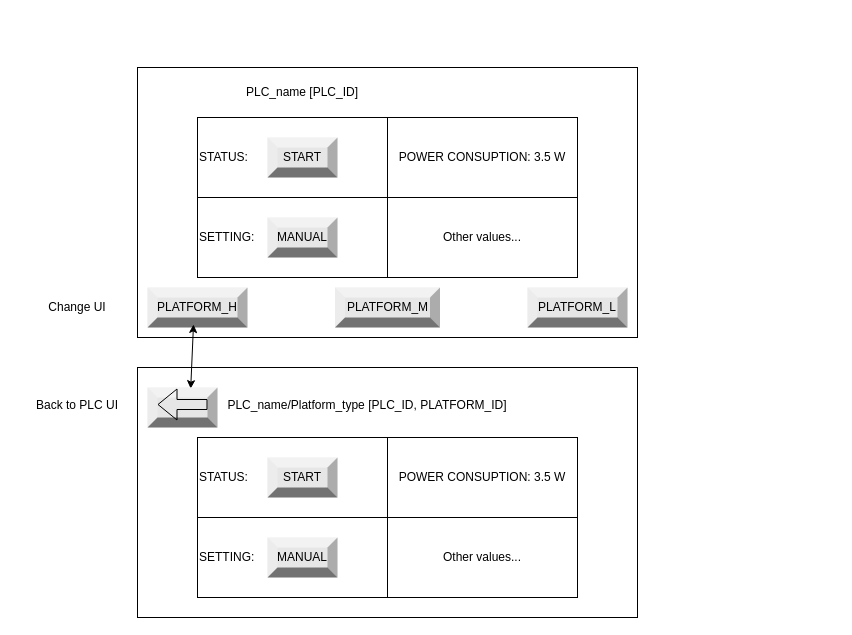
Before: DrawioDiagrams/plcHMI.drawio in IoT4Env/UrbanMining, a draw.io diagram. Source tidied: cells renumbered, new cells numbered last; positions are measured from the earlier drawing's top-left corner, leaving out a move shared by most shapes. Both pictures are drawn from the tidied source at 100%, with x=0, y=0 at pixel (32, 67). Pictures stored in the file or linked from it are replaced by grey dashed boxes.
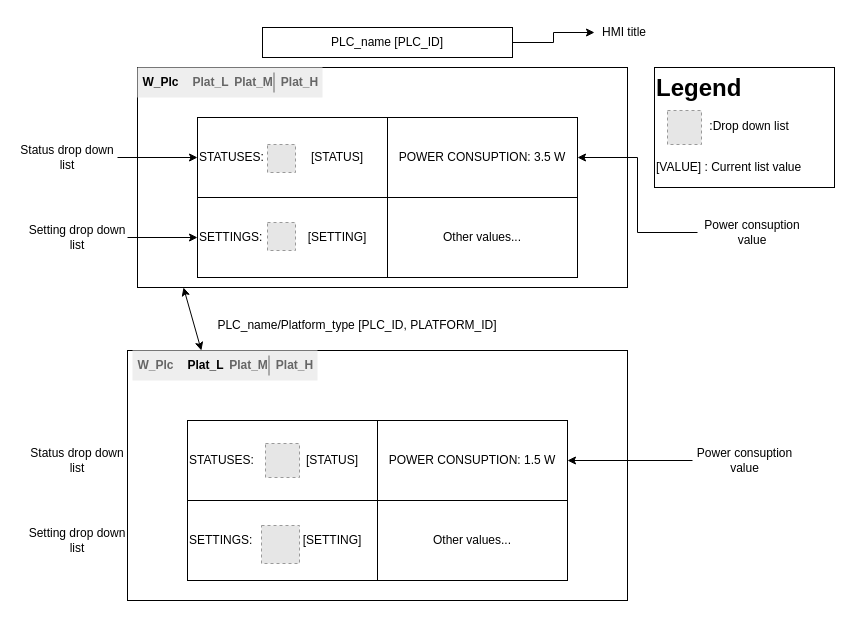
The same diagram, later.

The change refers to these unchanged cells:
```xml
<mxCell id="6" value="POWER CONSUPTION: 3.5 W" style="rounded=0;whiteSpace=wrap;html=1;" parent="1" vertex="1">
  <mxGeometry x="355" y="50" width="190" height="80" as="geometry" />
</mxCell>
```

Change to the diagram source:
```diff
@@
     <mxCell id="2" style="rounded=0;whiteSpace=wrap;html=1;" parent="1" vertex="1">
-      <mxGeometry x="105" y="300" width="500" height="250" as="geometry" />
+      <mxGeometry x="95" y="283" width="500" height="250" as="geometry" />
     </mxCell>
     <mxCell id="3" style="rounded=0;whiteSpace=wrap;html=1;" parent="1" vertex="1">
-      <mxGeometry x="105" width="500" height="270" as="geometry" />
+      <mxGeometry x="105" width="490" height="220" as="geometry" />
     </mxCell>
+    <mxCell id="26" style="edgeStyle=orthogonalEdgeStyle;rounded=0;jettySize=auto;html=1;entryX=0;entryY=0.5;entryDx=0;entryDy=0;" parent="1" edge="1" source="4" target="49">
+      <mxGeometry relative="1" as="geometry" />
+    </mxCell>
-    <mxCell id="4" value="PLC_name [PLC_ID]" style="text;html=1;align=center;verticalAlign=middle;whiteSpace=wrap;rounded=0;" parent="1" vertex="1">
-      <mxGeometry x="145" y="10" width="250" height="30" as="geometry" />
+    <mxCell id="4" value="PLC_name [PLC_ID]" style="text;html=1;align=center;verticalAlign=middle;whiteSpace=wrap;rounded=0;strokeColor=default;" parent="1" vertex="1">
+      <mxGeometry x="230" y="-40" width="250" height="30" as="geometry" />
     </mxCell>
-    <mxCell id="5" value="&lt;div align=&quot;left&quot;&gt;STATUS:&lt;/div&gt;" style="rounded=0;whiteSpace=wrap;html=1;align=left;" parent="1" vertex="1">
+    <mxCell id="5" value="&lt;div align=&quot;left&quot;&gt;STATUSES:&lt;/div&gt;" style="rounded=0;whiteSpace=wrap;html=1;align=left;" parent="1" vertex="1">
       <mxGeometry x="165" y="50" width="190" height="80" as="geometry" />
     </mxCell>
@@
-    <mxCell id="7" value="&lt;div align=&quot;left&quot;&gt;SETTING:&lt;br&gt;&lt;/div&gt;" style="rounded=0;whiteSpace=wrap;html=1;align=left;" parent="1" vertex="1">
+    <mxCell id="7" value="&lt;div align=&quot;left&quot;&gt;SETTINGS:&lt;br&gt;&lt;/div&gt;" style="rounded=0;whiteSpace=wrap;html=1;align=left;" parent="1" vertex="1">
       <mxGeometry x="165" y="130" width="190" height="80" as="geometry" />
     </mxCell>
@@
-    <mxCell id="9" value="&lt;div&gt;START&lt;/div&gt;" style="labelPosition=center;verticalLabelPosition=middle;align=center;html=1;shape=mxgraph.basic.shaded_button;dx=10;fillColor=#E6E6E6;strokeColor=none;whiteSpace=wrap;" parent="1" vertex="1">
-      <mxGeometry x="235" y="70" width="70" height="40" as="geometry" />
-    </mxCell>
-    <mxCell id="10" value="MANUAL" style="labelPosition=center;verticalLabelPosition=middle;align=center;html=1;shape=mxgraph.basic.shaded_button;dx=10;fillColor=#E6E6E6;strokeColor=none;whiteSpace=wrap;" parent="1" vertex="1">
-      <mxGeometry x="235" y="150" width="70" height="40" as="geometry" />
-    </mxCell>
-    <mxCell id="11" value="PLATFORM_H" style="labelPosition=center;verticalLabelPosition=middle;align=center;html=1;shape=mxgraph.basic.shaded_button;dx=10;fillColor=#E6E6E6;strokeColor=none;whiteSpace=wrap;" parent="1" vertex="1">
-      <mxGeometry x="115" y="220" width="100" height="40" as="geometry" />
-    </mxCell>
-    <mxCell id="12" value="PLATFORM_L" style="labelPosition=center;verticalLabelPosition=middle;align=center;html=1;shape=mxgraph.basic.shaded_button;dx=10;fillColor=#E6E6E6;strokeColor=none;whiteSpace=wrap;" parent="1" vertex="1">
-      <mxGeometry x="495" y="220" width="100" height="40" as="geometry" />
-    </mxCell>
-    <mxCell id="13" value="PLATFORM_M" style="labelPosition=center;verticalLabelPosition=middle;align=center;html=1;shape=mxgraph.basic.shaded_button;dx=10;fillColor=#E6E6E6;strokeColor=none;whiteSpace=wrap;" parent="1" vertex="1">
-      <mxGeometry x="302.5" y="220" width="105" height="40" as="geometry" />
-    </mxCell>
-    <mxCell id="14" style="endArrow=classic;startArrow=classic;html=1;rounded=0;entryX=0.46;entryY=0.925;entryDx=0;entryDy=0;entryPerimeter=0;exitX=0.617;exitY=0.029;exitDx=0;exitDy=0;exitPerimeter=0;" parent="1" edge="1" source="22" target="11">
-      <mxGeometry relative="1" as="geometry" />
+    <mxCell id="14" style="endArrow=classic;startArrow=classic;html=1;rounded=0;entryX=0.46;entryY=0.925;entryDx=0;entryDy=0;entryPerimeter=0;" parent="1" edge="1" source="47">
+      <mxGeometry relative="1" as="geometry">
+        <mxPoint x="151" y="220" as="targetPoint" />
+      </mxGeometry>
     </mxCell>
-    <mxCell id="15" value="&lt;div align=&quot;left&quot;&gt;STATUS:&lt;/div&gt;" style="rounded=0;whiteSpace=wrap;html=1;align=left;" parent="1" vertex="1">
-      <mxGeometry x="165" y="370" width="190" height="80" as="geometry" />
+    <mxCell id="15" value="&lt;div align=&quot;left&quot;&gt;STATUSES:&lt;/div&gt;" style="rounded=0;whiteSpace=wrap;html=1;align=left;" parent="1" vertex="1">
+      <mxGeometry x="155" y="353" width="190" height="80" as="geometry" />
     </mxCell>
-    <mxCell id="16" value="POWER CONSUPTION: 3.5 W" style="rounded=0;whiteSpace=wrap;html=1;" parent="1" vertex="1">
-      <mxGeometry x="355" y="370" width="190" height="80" as="geometry" />
+    <mxCell id="16" value="POWER CONSUPTION: 1.5 W" style="rounded=0;whiteSpace=wrap;html=1;" parent="1" vertex="1">
+      <mxGeometry x="345" y="353" width="190" height="80" as="geometry" />
     </mxCell>
-    <mxCell id="17" value="&lt;div align=&quot;left&quot;&gt;SETTING:&lt;br&gt;&lt;/div&gt;" style="rounded=0;whiteSpace=wrap;html=1;align=left;" parent="1" vertex="1">
-      <mxGeometry x="165" y="450" width="190" height="80" as="geometry" />
+    <mxCell id="17" value="&lt;div align=&quot;left&quot;&gt;SETTINGS:&lt;br&gt;&lt;/div&gt;" style="rounded=0;whiteSpace=wrap;html=1;align=left;" parent="1" vertex="1">
+      <mxGeometry x="155" y="433" width="190" height="80" as="geometry" />
     </mxCell>
     <mxCell id="18" value="Other values..." style="rounded=0;whiteSpace=wrap;html=1;" parent="1" vertex="1">
-      <mxGeometry x="355" y="450" width="190" height="80" as="geometry" />
+      <mxGeometry x="345" y="433" width="190" height="80" as="geometry" />
     </mxCell>
-    <mxCell id="19" value="&lt;div&gt;START&lt;/div&gt;" style="labelPosition=center;verticalLabelPosition=middle;align=center;html=1;shape=mxgraph.basic.shaded_button;dx=10;fillColor=#E6E6E6;strokeColor=none;whiteSpace=wrap;" parent="1" vertex="1">
-      <mxGeometry x="235" y="390" width="70" height="40" as="geometry" />
-    </mxCell>
-    <mxCell id="20" value="MANUAL" style="labelPosition=center;verticalLabelPosition=middle;align=center;html=1;shape=mxgraph.basic.shaded_button;dx=10;fillColor=#E6E6E6;strokeColor=none;whiteSpace=wrap;" parent="1" vertex="1">
-      <mxGeometry x="235" y="470" width="70" height="40" as="geometry" />
-    </mxCell>
     <mxCell id="21" value="PLC_name/Platform_type [PLC_ID, PLATFORM_ID]" style="text;html=1;align=center;verticalAlign=middle;whiteSpace=wrap;rounded=0;" parent="1" vertex="1">
-      <mxGeometry x="105" y="322.5" width="460" height="30" as="geometry" />
+      <mxGeometry x="95" y="243" width="460" height="30" as="geometry" />
     </mxCell>
-    <mxCell id="22" style="labelPosition=center;verticalLabelPosition=middle;align=center;html=1;shape=mxgraph.basic.shaded_button;dx=10;fillColor=#E6E6E6;strokeColor=none;whiteSpace=wrap;" parent="1" vertex="1">
-      <mxGeometry x="115" y="320" width="70" height="40" as="geometry" />
-    </mxCell>
-    <mxCell id="23" style="shape=flexArrow;endArrow=classic;html=1;rounded=0;" parent="1" edge="1">
-      <mxGeometry relative="1" as="geometry">
-        <mxPoint x="175" y="337" as="sourcePoint" />
-        <mxPoint x="125" y="337" as="targetPoint" />
-      </mxGeometry>
-    </mxCell>
-    <mxCell id="24" value="Change UI" style="text;html=1;align=center;verticalAlign=middle;whiteSpace=wrap;rounded=0;" parent="1" vertex="1">
-      <mxGeometry x="15" y="225" width="60" height="30" as="geometry" />
-    </mxCell>
-    <mxCell id="25" value="Back to PLC UI" style="text;html=1;align=center;verticalAlign=middle;whiteSpace=wrap;rounded=0;" parent="1" vertex="1">
-      <mxGeometry y="322.5" width="90" height="30" as="geometry" />
-    </mxCell>
+    <mxCell id="27" value="&lt;h1 style=&quot;margin-top: 0px;&quot;&gt;Legend&lt;/h1&gt;&lt;p&gt;&lt;span style=&quot;white-space: pre;&quot;&gt;&#9;&lt;/span&gt;&lt;span style=&quot;white-space: pre;&quot;&gt;&#9;&lt;/span&gt;:Drop down list&lt;/p&gt;&lt;div&gt;&lt;br&gt;&lt;/div&gt;&lt;div&gt;[VALUE] : Current list value&lt;/div&gt;" style="text;html=1;whiteSpace=wrap;overflow=hidden;rounded=0;strokeColor=default;" parent="1" vertex="1">
+      <mxGeometry x="622" width="180" height="120" as="geometry" />
+    </mxCell>
+    <mxCell id="28" style="fillColor=#E6E6E6;strokeColor=#999999;dashed=1;html=1;verticalAlign=top;verticalLabelPosition=bottom;labelBackgroundColor=#ffffff;" parent="1" vertex="1">
+      <mxGeometry x="235" y="77" width="28" height="28" as="geometry" />
+    </mxCell>
+    <mxCell id="29" value="[STATUS]" style="text;html=1;align=center;verticalAlign=middle;whiteSpace=wrap;rounded=0;" parent="1" vertex="1">
+      <mxGeometry x="275" y="75" width="60" height="30" as="geometry" />
+    </mxCell>
+    <mxCell id="30" value="[SETTING]" style="text;html=1;align=center;verticalAlign=middle;whiteSpace=wrap;rounded=0;" parent="1" vertex="1">
+      <mxGeometry x="275" y="155" width="60" height="30" as="geometry" />
+    </mxCell>
+    <mxCell id="31" style="fillColor=#E6E6E6;strokeColor=#999999;dashed=1;html=1;verticalAlign=top;verticalLabelPosition=bottom;labelBackgroundColor=#ffffff;" parent="1" vertex="1">
+      <mxGeometry x="235" y="155" width="28" height="28" as="geometry" />
+    </mxCell>
+    <mxCell id="32" style="fillColor=#E6E6E6;strokeColor=#999999;dashed=1;html=1;verticalAlign=top;verticalLabelPosition=bottom;labelBackgroundColor=#ffffff;" parent="1" vertex="1">
+      <mxGeometry x="233" y="376" width="34" height="34" as="geometry" />
+    </mxCell>
+    <mxCell id="33" value="[STATUS]" style="text;html=1;align=center;verticalAlign=middle;whiteSpace=wrap;rounded=0;" parent="1" vertex="1">
+      <mxGeometry x="270" y="378" width="60" height="30" as="geometry" />
+    </mxCell>
+    <mxCell id="34" value="[SETTING]" style="text;html=1;align=center;verticalAlign=middle;whiteSpace=wrap;rounded=0;" parent="1" vertex="1">
+      <mxGeometry x="270" y="458" width="60" height="30" as="geometry" />
+    </mxCell>
+    <mxCell id="35" style="fillColor=#E6E6E6;strokeColor=#999999;dashed=1;html=1;verticalAlign=top;verticalLabelPosition=bottom;labelBackgroundColor=#ffffff;" parent="1" vertex="1">
+      <mxGeometry x="229" y="458" width="38" height="38" as="geometry" />
+    </mxCell>
+    <mxCell id="36" style="fillColor=#E6E6E6;strokeColor=#999999;dashed=1;html=1;verticalAlign=top;verticalLabelPosition=bottom;labelBackgroundColor=#ffffff;" parent="1" vertex="1">
+      <mxGeometry x="635" y="43" width="34" height="34" as="geometry" />
+    </mxCell>
+    <mxCell id="37" style="strokeWidth=1;html=1;shadow=0;dashed=0;shape=mxgraph.android.rrect;rSize=0;fillColor=#eeeeee;strokeColor=none;" parent="1" vertex="1">
+      <mxGeometry x="105" width="185" height="30" as="geometry" />
+    </mxCell>
+    <mxCell id="38" value="W_Plc" style="strokeWidth=1;html=1;shadow=0;dashed=0;shape=mxgraph.android.anchor;fontStyle=1;" parent="37" vertex="1">
+      <mxGeometry width="46.2" height="30" as="geometry" />
+    </mxCell>
+    <mxCell id="39" value="Plat_M" style="strokeWidth=1;html=1;shadow=0;dashed=0;shape=mxgraph.android.anchor;fontStyle=1;fontColor=#666666;" parent="37" vertex="1">
+      <mxGeometry x="92.5" width="46.2" height="30" as="geometry" />
+    </mxCell>
+    <mxCell id="40" value="Plat_H" style="strokeWidth=1;html=1;shadow=0;dashed=0;shape=mxgraph.android.anchor;fontStyle=1;fontColor=#666666;" parent="37" vertex="1">
+      <mxGeometry x="138.8" width="46.2" height="30" as="geometry" />
+    </mxCell>
+    <mxCell id="41" style="shape=line;strokeColor=#666666;direction=south;" parent="37" vertex="1">
+      <mxGeometry x="131.5" y="5" width="10" height="20" as="geometry" />
+    </mxCell>
+    <mxCell id="42" value="Plat_L" style="strokeWidth=1;html=1;shadow=0;dashed=0;shape=mxgraph.android.anchor;fontStyle=1;fontColor=#666666;" parent="37" vertex="1">
+      <mxGeometry x="50" width="46.2" height="30" as="geometry" />
+    </mxCell>
+    <mxCell id="43" style="strokeWidth=1;html=1;shadow=0;dashed=0;shape=mxgraph.android.rrect;rSize=0;fillColor=#eeeeee;strokeColor=none;" parent="1" vertex="1">
+      <mxGeometry x="100" y="283" width="185" height="30" as="geometry" />
+    </mxCell>
+    <mxCell id="44" value="Plat_M" style="strokeWidth=1;html=1;shadow=0;dashed=0;shape=mxgraph.android.anchor;fontStyle=1;fontColor=#666666;" parent="43" vertex="1">
+      <mxGeometry x="92.5" width="46.2" height="30" as="geometry" />
+    </mxCell>
+    <mxCell id="45" value="Plat_H" style="strokeWidth=1;html=1;shadow=0;dashed=0;shape=mxgraph.android.anchor;fontStyle=1;fontColor=#666666;" parent="43" vertex="1">
+      <mxGeometry x="138.8" width="46.2" height="30" as="geometry" />
+    </mxCell>
+    <mxCell id="46" style="shape=line;strokeColor=#666666;direction=south;" parent="43" vertex="1">
+      <mxGeometry x="131.5" y="5" width="10" height="20" as="geometry" />
+    </mxCell>
+    <mxCell id="47" value="Plat_L" style="strokeWidth=1;html=1;shadow=0;dashed=0;shape=mxgraph.android.anchor;fontStyle=1;" parent="43" vertex="1">
+      <mxGeometry x="50" width="46.2" height="30" as="geometry" />
+    </mxCell>
+    <mxCell id="48" value="W_Plc" style="strokeWidth=1;html=1;shadow=0;dashed=0;shape=mxgraph.android.anchor;fontStyle=1;fontColor=#666666;" parent="43" vertex="1">
+      <mxGeometry width="46.2" height="30" as="geometry" />
+    </mxCell>
+    <mxCell id="49" value="HMI title" style="text;html=1;align=center;verticalAlign=middle;whiteSpace=wrap;rounded=0;" parent="1" vertex="1">
+      <mxGeometry x="562" y="-50" width="60" height="30" as="geometry" />
+    </mxCell>
+    <mxCell id="50" style="edgeStyle=orthogonalEdgeStyle;rounded=0;jettySize=auto;html=1;entryX=0;entryY=0.5;entryDx=0;entryDy=0;" parent="1" edge="1" source="51" target="5">
+      <mxGeometry relative="1" as="geometry" />
+    </mxCell>
+    <mxCell id="51" value="Status drop down list" style="text;html=1;align=center;verticalAlign=middle;whiteSpace=wrap;rounded=0;" parent="1" vertex="1">
+      <mxGeometry x="-15" y="75" width="100" height="30" as="geometry" />
+    </mxCell>
+    <mxCell id="52" style="edgeStyle=orthogonalEdgeStyle;rounded=0;jettySize=auto;html=1;entryX=0;entryY=0.5;entryDx=0;entryDy=0;" parent="1" edge="1" source="53" target="7">
+      <mxGeometry relative="1" as="geometry" />
+    </mxCell>
+    <mxCell id="53" value="Setting drop down list" style="text;html=1;align=center;verticalAlign=middle;whiteSpace=wrap;rounded=0;" parent="1" vertex="1">
+      <mxGeometry x="-5" y="155" width="100" height="30" as="geometry" />
+    </mxCell>
+    <mxCell id="54" value="Status drop down list" style="text;html=1;align=center;verticalAlign=middle;whiteSpace=wrap;rounded=0;" parent="1" vertex="1">
+      <mxGeometry x="-5" y="378" width="100" height="30" as="geometry" />
+    </mxCell>
+    <mxCell id="55" value="Setting drop down list" style="text;html=1;align=center;verticalAlign=middle;whiteSpace=wrap;rounded=0;" parent="1" vertex="1">
+      <mxGeometry x="-5" y="458" width="100" height="30" as="geometry" />
+    </mxCell>
+    <mxCell id="56" style="edgeStyle=orthogonalEdgeStyle;rounded=0;jettySize=auto;html=1;entryX=1;entryY=0.5;entryDx=0;entryDy=0;" parent="1" edge="1" source="57" target="6">
+      <mxGeometry relative="1" as="geometry" />
+    </mxCell>
+    <mxCell id="57" value="Power consuption value" style="text;html=1;align=center;verticalAlign=middle;whiteSpace=wrap;rounded=0;" parent="1" vertex="1">
+      <mxGeometry x="665" y="150" width="110" height="30" as="geometry" />
+    </mxCell>
+    <mxCell id="58" style="edgeStyle=orthogonalEdgeStyle;rounded=0;jettySize=auto;html=1;entryX=1;entryY=0.5;entryDx=0;entryDy=0;" parent="1" edge="1" source="59" target="16">
+      <mxGeometry relative="1" as="geometry" />
+    </mxCell>
+    <mxCell id="59" value="Power consuption value" style="text;html=1;align=center;verticalAlign=middle;whiteSpace=wrap;rounded=0;" parent="1" vertex="1">
+      <mxGeometry x="660" y="378" width="105" height="30" as="geometry" />
+    </mxCell>
```
